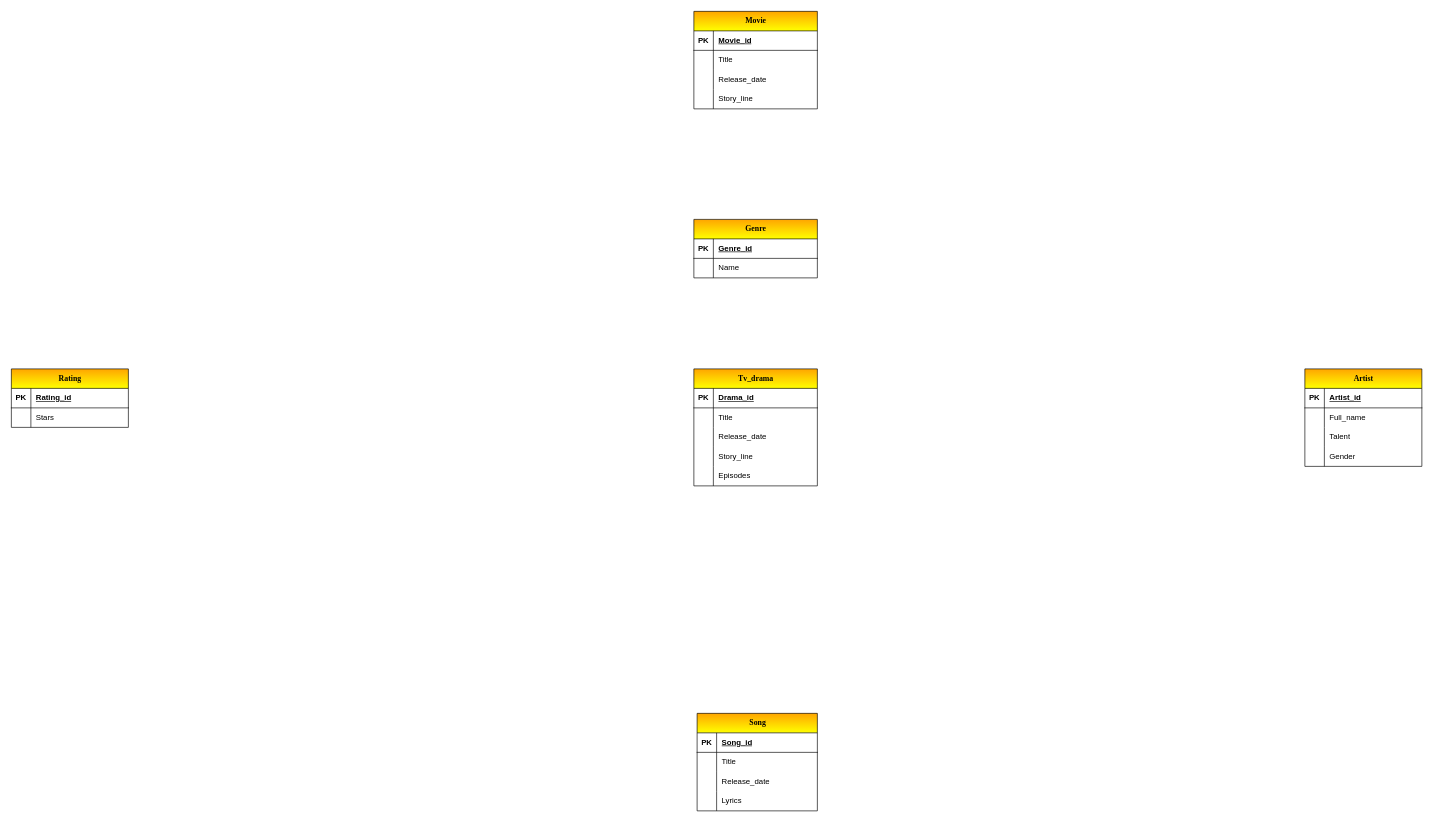
Before: PakFlix Database Project.drawio in MuhammadUsmanBash/PakFlix-Database-Project, a draw.io diagram. Source tidied: cells renumbered, new cells numbered last; positions are measured from the earlier drawing's top-left corner, leaving out a move shared by most shapes. Both pictures are drawn from the tidied source at 65%, with x=0, y=0 at pixel (11, 11).
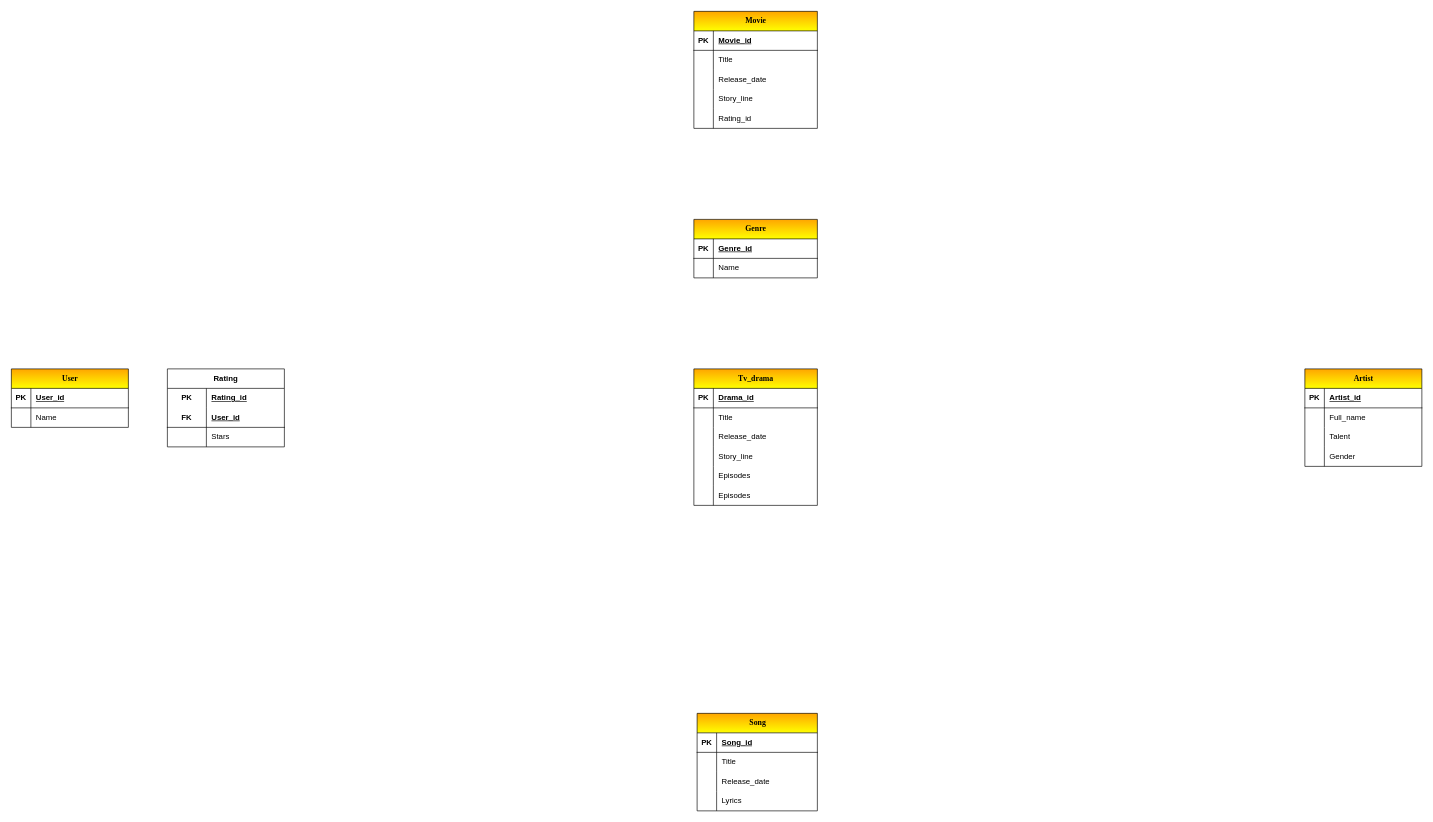
Above is the later version.

Unchanged cells that the change refers to:
```xml
<mxCell id="65" style="shape=tableRow;horizontal=0;startSize=0;swimlaneHead=0;swimlaneBody=0;fillColor=none;top=0;left=0;right=0;bottom=1;" parent="64" vertex="1">
  <mxGeometry y="30" width="180" height="30" as="geometry" />
</mxCell>
<mxCell id="68" style="shape=tableRow;horizontal=0;startSize=0;swimlaneHead=0;swimlaneBody=0;fillColor=none;top=0;left=0;right=0;bottom=0;" parent="64" vertex="1">
  <mxGeometry y="60" width="180" height="30" as="geometry" />
</mxCell>
```

Change to the diagram source:
```diff
@@
     <mxCell id="2" value="&lt;font face=&quot;Times New Roman&quot;&gt;Movie&lt;/font&gt;" style="shape=table;startSize=30;childLayout=tableLayout;rowLines=0;fontStyle=1;align=center;html=1;gradientColor=#FFFF00;swimlaneFillColor=none;fillColor=#FFA500;" parent="1" vertex="1">
-      <mxGeometry x="1050" width="190" height="150" as="geometry" />
+      <mxGeometry x="1050" width="190" height="180" as="geometry" />
     </mxCell>
@@
+    <mxCell id="71" style="shape=tableRow;horizontal=0;startSize=0;swimlaneHead=0;swimlaneBody=0;fillColor=none;top=0;left=0;right=0;bottom=0;" parent="2" vertex="1">
+      <mxGeometry y="150" width="190" height="30" as="geometry" />
+    </mxCell>
+    <mxCell id="72" style="shape=partialRectangle;fillColor=none;top=0;left=0;bottom=0;right=0;overflow=hidden;whiteSpace=wrap;html=1;" parent="71" vertex="1">
+      <mxGeometry width="30" height="30" as="geometry" />
+    </mxCell>
+    <mxCell id="73" value="Rating_id" style="shape=partialRectangle;fillColor=none;top=0;left=0;bottom=0;right=0;align=left;spacingLeft=6;overflow=hidden;whiteSpace=wrap;html=1;" parent="71" vertex="1">
+      <mxGeometry x="30" width="160" height="30" as="geometry" />
+    </mxCell>
     <mxCell id="15" value="&lt;font face=&quot;Times New Roman&quot;&gt;Tv_drama&lt;/font&gt;" style="shape=table;startSize=30;childLayout=tableLayout;rowLines=0;fontStyle=1;align=center;html=1;gradientColor=#FFFF00;swimlaneFillColor=none;fillColor=#FFA500;" parent="1" vertex="1">
-      <mxGeometry x="1050" y="550" width="190" height="180" as="geometry" />
+      <mxGeometry x="1050" y="550" width="190" height="210" as="geometry" />
     </mxCell>
@@
+    <mxCell id="74" style="shape=tableRow;horizontal=0;startSize=0;swimlaneHead=0;swimlaneBody=0;fillColor=none;top=0;left=0;right=0;bottom=0;" parent="15" vertex="1">
+      <mxGeometry y="180" width="190" height="30" as="geometry" />
+    </mxCell>
+    <mxCell id="75" style="shape=partialRectangle;fillColor=none;top=0;left=0;bottom=0;right=0;overflow=hidden;whiteSpace=wrap;html=1;" parent="74" vertex="1">
+      <mxGeometry width="30" height="30" as="geometry" />
+    </mxCell>
+    <mxCell id="76" value="Episodes" style="shape=partialRectangle;fillColor=none;top=0;left=0;bottom=0;right=0;align=left;spacingLeft=6;overflow=hidden;whiteSpace=wrap;html=1;" parent="74" vertex="1">
+      <mxGeometry x="30" width="160" height="30" as="geometry" />
+    </mxCell>
@@
-    <mxCell id="64" value="&lt;font face=&quot;Times New Roman&quot;&gt;Rating&lt;/font&gt;" style="shape=table;startSize=30;childLayout=tableLayout;rowLines=0;fontStyle=1;align=center;html=1;gradientColor=#FFFF00;swimlaneFillColor=none;fillColor=#FFA500;" parent="1" vertex="1">
+    <mxCell id="64" value="&lt;font face=&quot;Times New Roman&quot;&gt;User&lt;/font&gt;" style="shape=table;startSize=30;childLayout=tableLayout;rowLines=0;fontStyle=1;align=center;html=1;gradientColor=#FFFF00;swimlaneFillColor=none;fillColor=#FFA500;" parent="1" vertex="1">
       <mxGeometry y="550" width="180" height="90" as="geometry" />
     </mxCell>
@@
-    <mxCell id="67" value="Rating_id" style="shape=partialRectangle;fillColor=none;top=0;left=0;bottom=0;right=0;align=left;spacingLeft=6;fontStyle=5;overflow=hidden;whiteSpace=wrap;html=1;" parent="65" vertex="1">
+    <mxCell id="67" value="User_id" style="shape=partialRectangle;fillColor=none;top=0;left=0;bottom=0;right=0;align=left;spacingLeft=6;fontStyle=5;overflow=hidden;whiteSpace=wrap;html=1;" parent="65" vertex="1">
       <mxGeometry x="30" width="150" height="30" as="geometry" />
     </mxCell>
@@
-    <mxCell id="70" value="Stars" style="shape=partialRectangle;fillColor=none;top=0;left=0;bottom=0;right=0;align=left;spacingLeft=6;overflow=hidden;whiteSpace=wrap;html=1;" parent="68" vertex="1">
+    <mxCell id="70" value="Name" style="shape=partialRectangle;fillColor=none;top=0;left=0;bottom=0;right=0;align=left;spacingLeft=6;overflow=hidden;whiteSpace=wrap;html=1;" parent="68" vertex="1">
       <mxGeometry x="30" width="150" height="30" as="geometry" />
     </mxCell>
+    <mxCell id="77" value="Rating" style="shape=table;startSize=30;childLayout=tableLayout;rowLines=0;fontStyle=1;align=center;html=1;whiteSpace=wrap;" parent="1" vertex="1">
+      <mxGeometry x="240" y="550" width="180" height="120" as="geometry" />
+    </mxCell>
+    <mxCell id="78" style="shape=tableRow;horizontal=0;startSize=0;swimlaneHead=0;swimlaneBody=0;fillColor=none;top=0;left=0;right=0;bottom=0;html=1;" parent="77" vertex="1">
+      <mxGeometry y="30" width="180" height="30" as="geometry" />
+    </mxCell>
+    <mxCell id="79" value="PK" style="shape=partialRectangle;fillColor=none;top=0;left=0;bottom=0;right=0;fontStyle=1;overflow=hidden;html=1;whiteSpace=wrap;" parent="78" vertex="1">
+      <mxGeometry width="60" height="30" as="geometry" />
+    </mxCell>
+    <mxCell id="80" value="Rating_id" style="shape=partialRectangle;fillColor=none;top=0;left=0;bottom=0;right=0;align=left;spacingLeft=6;fontStyle=5;overflow=hidden;html=1;whiteSpace=wrap;" parent="78" vertex="1">
+      <mxGeometry x="60" width="120" height="30" as="geometry" />
+    </mxCell>
+    <mxCell id="81" style="shape=tableRow;horizontal=0;startSize=0;swimlaneHead=0;swimlaneBody=0;fillColor=none;top=0;left=0;right=0;bottom=1;html=1;" parent="77" vertex="1">
+      <mxGeometry y="60" width="180" height="30" as="geometry" />
+    </mxCell>
+    <mxCell id="82" value="FK" style="shape=partialRectangle;fillColor=none;top=0;left=0;bottom=0;right=0;fontStyle=1;overflow=hidden;html=1;whiteSpace=wrap;" parent="81" vertex="1">
+      <mxGeometry width="60" height="30" as="geometry" />
+    </mxCell>
+    <mxCell id="83" value="User_id" style="shape=partialRectangle;fillColor=none;top=0;left=0;bottom=0;right=0;align=left;spacingLeft=6;fontStyle=5;overflow=hidden;html=1;whiteSpace=wrap;" parent="81" vertex="1">
+      <mxGeometry x="60" width="120" height="30" as="geometry" />
+    </mxCell>
+    <mxCell id="84" style="shape=tableRow;horizontal=0;startSize=0;swimlaneHead=0;swimlaneBody=0;fillColor=none;top=0;left=0;right=0;bottom=0;html=1;" parent="77" vertex="1">
+      <mxGeometry y="90" width="180" height="30" as="geometry" />
+    </mxCell>
+    <mxCell id="85" style="shape=partialRectangle;fillColor=none;top=0;left=0;bottom=0;right=0;overflow=hidden;html=1;whiteSpace=wrap;" parent="84" vertex="1">
+      <mxGeometry width="60" height="30" as="geometry" />
+    </mxCell>
+    <mxCell id="86" value="Stars" style="shape=partialRectangle;fillColor=none;top=0;left=0;bottom=0;right=0;align=left;spacingLeft=6;overflow=hidden;html=1;whiteSpace=wrap;" parent="84" vertex="1">
+      <mxGeometry x="60" width="120" height="30" as="geometry" />
+    </mxCell>
```
